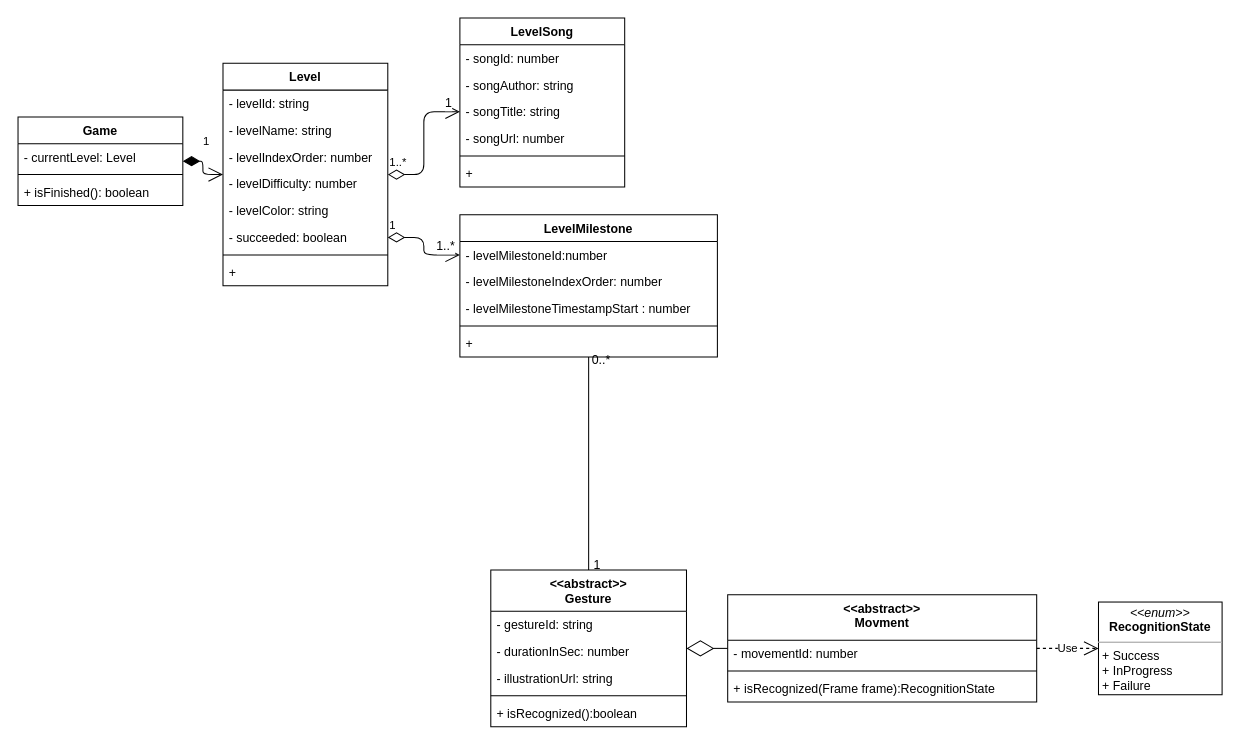
Earlier version of the draw.io diagram documents/diagrams/GesturesHero - Model - Class Diagram.drawio (GesturesHero/GesturesHero). Source tidied: cells renumbered, new cells numbered last; positions are measured from the earlier drawing's top-left corner, leaving out a move shared by most shapes. Both pictures are drawn from the tidied source at 103%, with x=0, y=0 at pixel (18, 18).
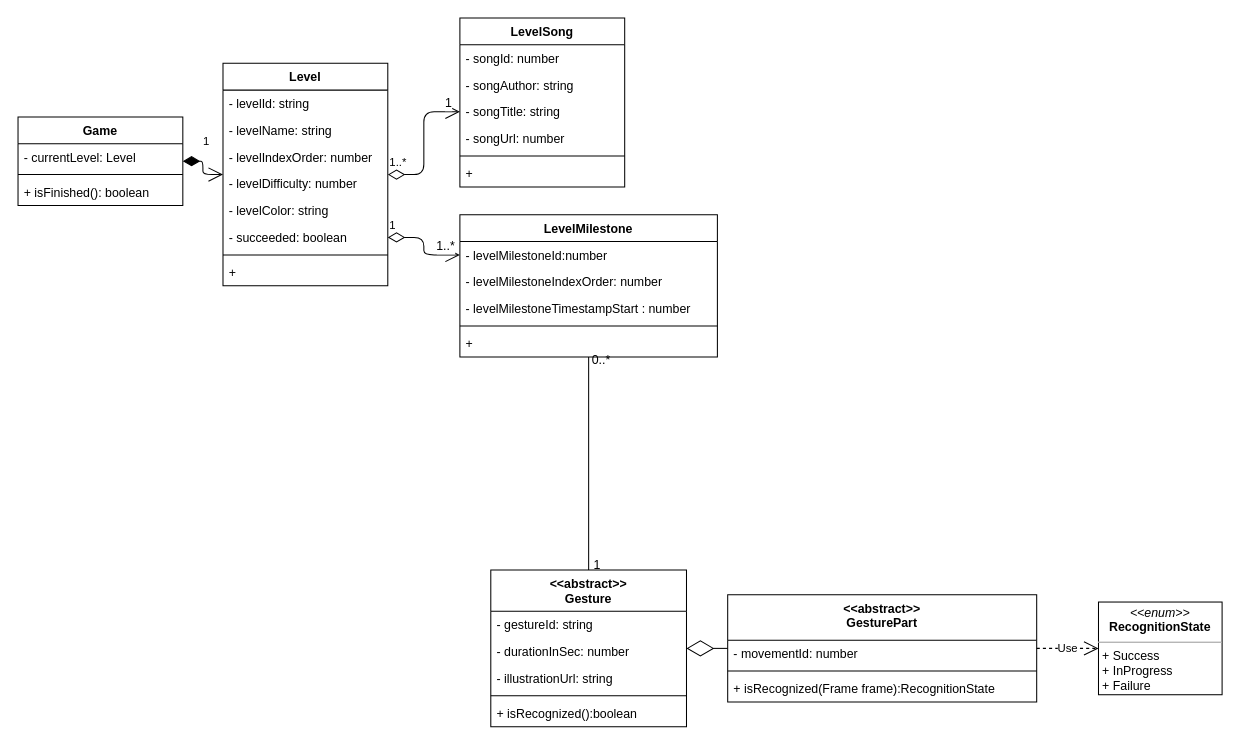
The same diagram, later.

Commit message:
Fix class diagram

Change to the diagram source:
```diff
@@
-    <mxCell id="45" value="&lt;&lt;abstract&gt;&gt;&#10;Movment" style="swimlane;fontStyle=1;align=center;verticalAlign=top;horizontal=1;startSize=44;" parent="1" vertex="1">
+    <mxCell id="45" value="&lt;&lt;abstract&gt;&gt;&#10;GesturePart" style="swimlane;fontStyle=1;align=center;verticalAlign=top;horizontal=1;startSize=44;" parent="1" vertex="1">
       <mxGeometry x="689" y="560" width="300" height="104" as="geometry" />
     </mxCell>
```
